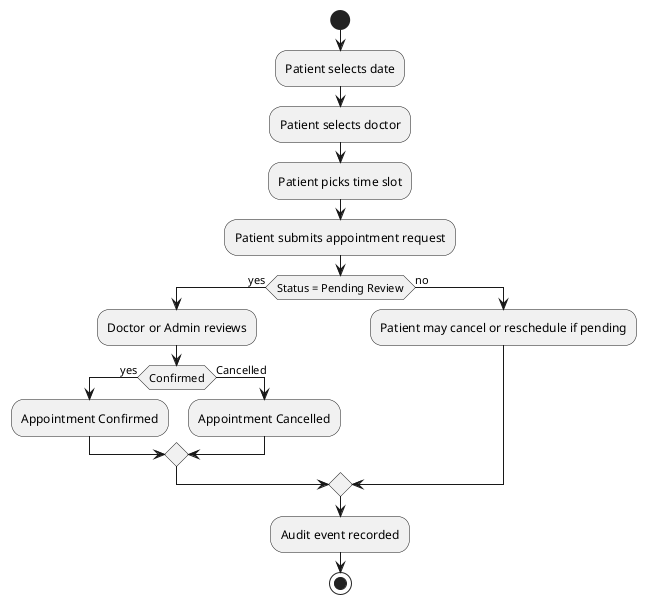
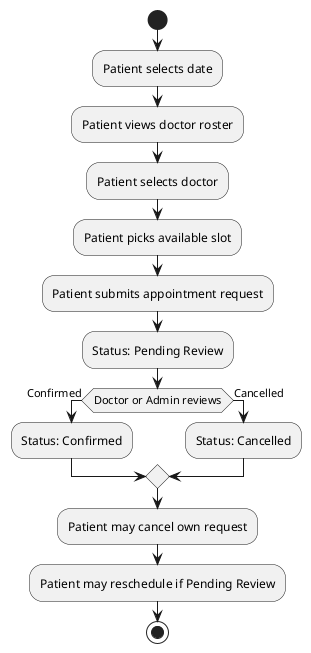
@startuml
start
:Patient selects date;
+ :Patient views doctor roster;
:Patient selects doctor;
- :Patient picks time slot;
+ :Patient picks available slot;
:Patient submits appointment request;
- if (Status = Pending Review) then (yes)
-   :Doctor or Admin reviews;
-   if (Confirmed) then (yes)
-     :Appointment Confirmed;
-   else (Cancelled)
-     :Appointment Cancelled;
-   endif
- else (no)
-   :Patient may cancel or reschedule if pending;
+ :Status: Pending Review;
+ if (Doctor or Admin reviews) then (Confirmed)
+   :Status: Confirmed;
+ else (Cancelled)
+   :Status: Cancelled;
endif
- :Audit event recorded;
+ :Patient may cancel own request;
+ :Patient may reschedule if Pending Review;
stop
@enduml
